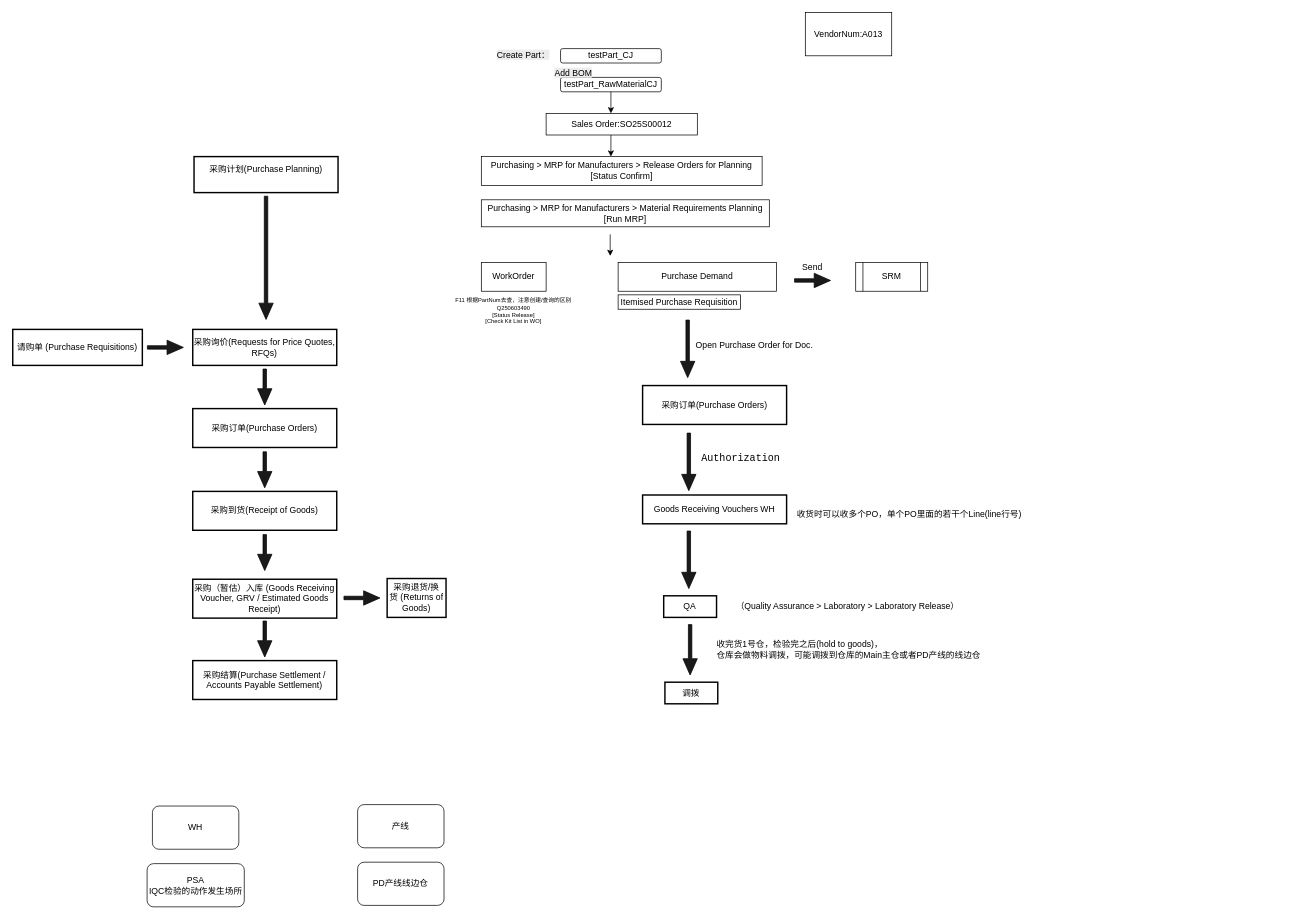
The draw.io diagram ERP.drawio in CJyoung524/DrawIO, before the edit. Source tidied: cells renumbered, new cells numbered last; positions are measured from the earlier drawing's top-left corner, leaving out a move shared by most shapes. Both pictures are drawn from the tidied source at 72%, with x=0, y=0 at pixel (12, 12).
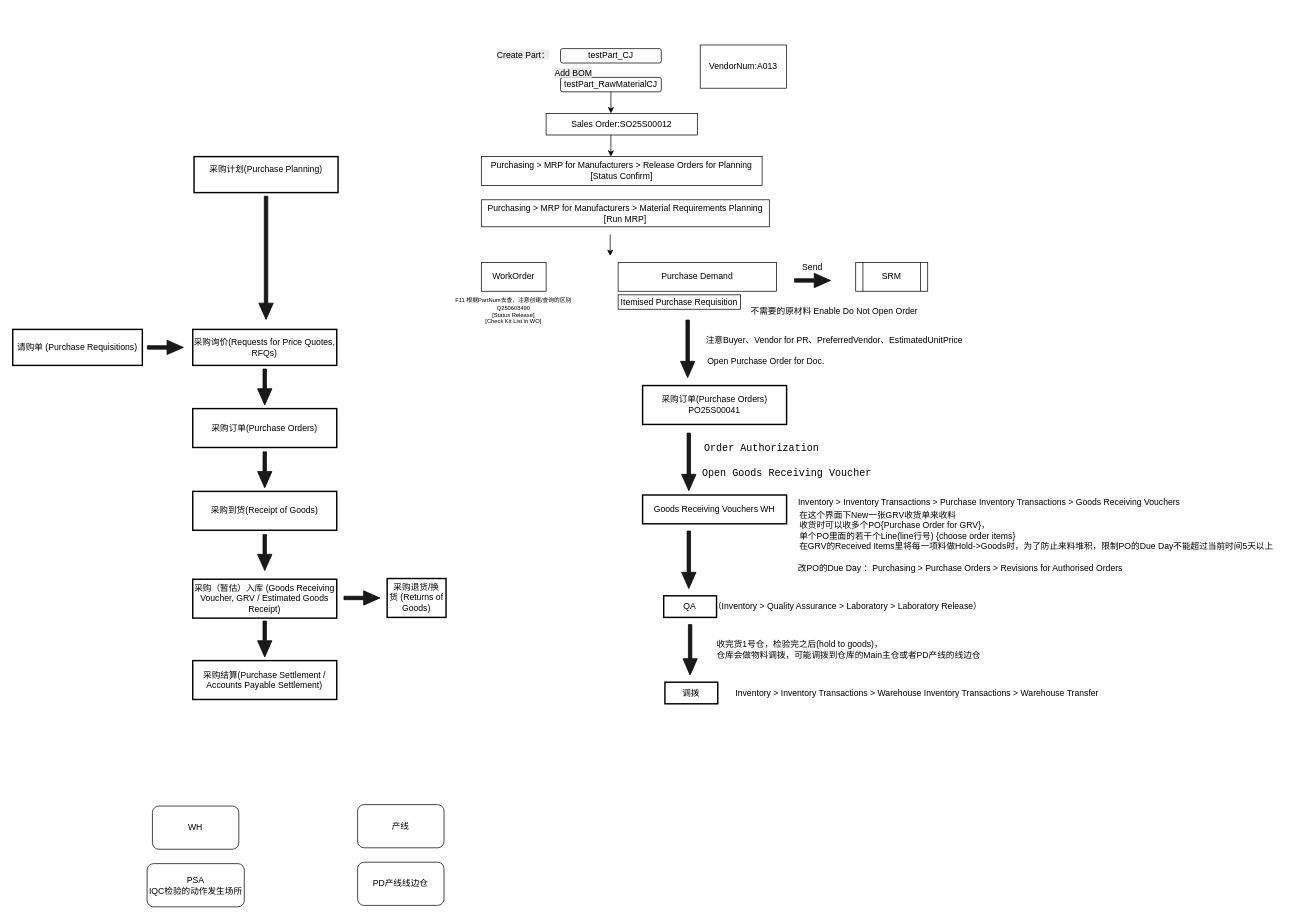
The same page after the edit.

What changed in the source:
```diff
@@
     <mxCell id="35" value="VendorNum:A013" style="whiteSpace=wrap;html=1;" parent="1" vertex="1">
-      <mxGeometry x="1101" width="120" height="60" as="geometry" />
+      <mxGeometry x="955" y="45" width="120" height="60" as="geometry" />
     </mxCell>
@@
-    <mxCell id="37" value="采购订单(Purchase Orders)" style="whiteSpace=wrap;strokeWidth=2;" parent="1" vertex="1">
+    <mxCell id="37" value="采购订单(Purchase Orders)&#10;PO25S00041" style="whiteSpace=wrap;strokeWidth=2;" parent="1" vertex="1">
       <mxGeometry x="875" y="518" width="200" height="54" as="geometry" />
     </mxCell>
@@
     <mxCell id="39" value="Open Purchase Order for Doc." style="text;html=1;align=center;verticalAlign=middle;strokeColor=none;fillColor=none;" parent="1" vertex="1">
-      <mxGeometry x="935" y="447" width="190" height="30" as="geometry" />
+      <mxGeometry x="951" y="470" width="190" height="30" as="geometry" />
     </mxCell>
@@
-    <mxCell id="44" value="&lt;div style=&quot;font-family: Consolas, &amp;quot;Courier New&amp;quot;, monospace; font-size: 14px; line-height: 19px; white-space-collapse: preserve;&quot;&gt;&lt;font style=&quot;color: rgb(0, 0, 0);&quot;&gt;Authorization&lt;/font&gt;&lt;/div&gt;" style="text;html=1;align=center;verticalAlign=middle;strokeColor=none;fillColor=none;fontFamily=Helvetica;fontSize=12;fontColor=default;" parent="1" vertex="1">
-      <mxGeometry x="951" y="604" width="120" height="30" as="geometry" />
+    <mxCell id="44" value="&lt;div style=&quot;font-family: Consolas, &amp;quot;Courier New&amp;quot;, monospace; font-size: 14px; line-height: 19px; white-space-collapse: preserve;&quot;&gt;&lt;font style=&quot;color: rgb(0, 0, 0);&quot;&gt;Order Authorization&lt;/font&gt;&lt;/div&gt;" style="text;html=1;align=center;verticalAlign=middle;strokeColor=none;fillColor=none;fontFamily=Helvetica;fontSize=12;fontColor=default;" parent="1" vertex="1">
+      <mxGeometry x="955" y="590" width="170" height="30" as="geometry" />
     </mxCell>
@@
-    <mxCell id="46" value="&amp;nbsp;收货时可以收多个PO，单个PO里面的若干个Line(line行号)&amp;nbsp;" style="text;html=1;align=center;verticalAlign=middle;strokeColor=none;fillColor=none;" parent="1" vertex="1">
-      <mxGeometry x="1075" y="682" width="340" height="30" as="geometry" />
+    <mxCell id="46" value="在这个界面下New一张GRV收货单来收料&amp;nbsp;&lt;div&gt;收货时可以收多个PO{Purchase Order for GRV}，&lt;/div&gt;&lt;div&gt;单个PO里面的若干个Line(line行号) {choose order items}&lt;/div&gt;&lt;div&gt;在GRV的Received Items里将每一项料做Hold-&amp;gt;Goods时，为了防止来料堆积，限制PO的Due Day不能超过当前时间5天以上&lt;/div&gt;" style="text;html=1;align=left;verticalAlign=middle;strokeColor=none;fillColor=none;" parent="1" vertex="1">
+      <mxGeometry x="1091" y="685" width="680" height="70" as="geometry" />
     </mxCell>
@@
-    <mxCell id="49" value="（Quality Assurance &amp;gt; Laboratory &amp;gt; Laboratory Release）&amp;nbsp;" style="text;html=1;align=center;verticalAlign=middle;strokeColor=none;fillColor=none;" parent="1" vertex="1">
-      <mxGeometry x="991" y="810" width="340" height="30" as="geometry" />
+    <mxCell id="49" value="（Inventory &amp;gt; Quality Assurance &amp;gt; Laboratory &amp;gt; Laboratory Release）&amp;nbsp;" style="text;html=1;align=center;verticalAlign=middle;strokeColor=none;fillColor=none;" parent="1" vertex="1">
+      <mxGeometry x="961" y="810" width="400" height="30" as="geometry" />
     </mxCell>
@@
+    <mxCell id="53" value="不需要的原材料 Enable Do Not Open Order" style="text;html=1;align=center;verticalAlign=middle;strokeColor=none;fillColor=none;" parent="1" vertex="1">
+      <mxGeometry x="1011" y="400" width="260" height="30" as="geometry" />
+    </mxCell>
+    <mxCell id="54" value="注意Buyer、Vendor for PR、PreferredVendor、EstimatedUnitPrice" style="text;html=1;align=center;verticalAlign=middle;strokeColor=none;fillColor=none;" parent="1" vertex="1">
+      <mxGeometry x="951" y="440" width="380" height="30" as="geometry" />
+    </mxCell>
+    <mxCell id="55" value="Inventory &amp;gt; Inventory Transactions &amp;gt; Purchase Inventory Transactions &amp;gt; Goods Receiving Vouchers" style="text;html=1;align=center;verticalAlign=middle;strokeColor=none;fillColor=none;" parent="1" vertex="1">
+      <mxGeometry x="1081" y="665" width="550" height="30" as="geometry" />
+    </mxCell>
+    <mxCell id="56" value="&lt;div style=&quot;font-family: Consolas, &amp;quot;Courier New&amp;quot;, monospace; font-size: 14px; line-height: 19px; white-space-collapse: preserve;&quot;&gt;&lt;font style=&quot;color: rgb(0, 0, 0);&quot;&gt;Open Goods Receiving Voucher&lt;/font&gt;&lt;/div&gt;" style="text;html=1;align=center;verticalAlign=middle;strokeColor=none;fillColor=none;fontFamily=Helvetica;fontSize=12;fontColor=default;" parent="1" vertex="1">
+      <mxGeometry x="955" y="625" width="240" height="30" as="geometry" />
+    </mxCell>
+    <mxCell id="57" value="改PO的Due Day ：Purchasing &amp;gt; Purchase Orders &amp;gt; Revisions for Authorised Orders" style="text;html=1;align=center;verticalAlign=middle;strokeColor=none;fillColor=none;" parent="1" vertex="1">
+      <mxGeometry x="1081" y="757" width="470" height="30" as="geometry" />
+    </mxCell>
+    <mxCell id="58" value="Inventory &amp;gt; Inventory Transactions &amp;gt; Warehouse Inventory Transactions &amp;gt; Warehouse Transfer" style="text;html=1;align=center;verticalAlign=middle;strokeColor=none;fillColor=none;" parent="1" vertex="1">
+      <mxGeometry x="991" y="930" width="530" height="30" as="geometry" />
+    </mxCell>
```
